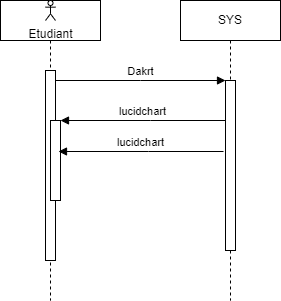
Before: demandeAttestation.drawio.png, a diagram exported from draw.io (elm-dak/uml-gestion-scolaire). Source tidied: cells renumbered, new cells last; positions are measured from the earlier drawing's top-left corner, leaving out a move shared by most shapes.
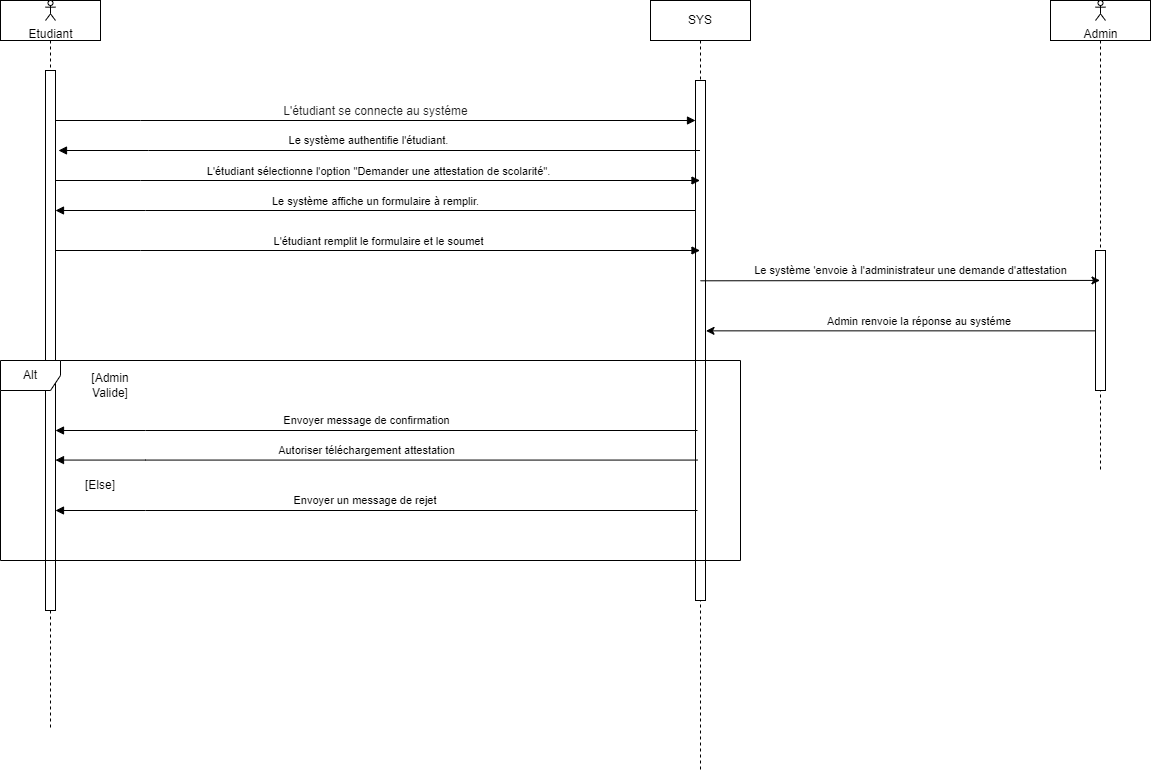
After the change.

Commit message:
Mettre à jour1 demandeAttestation.drawio.png

The edit, as a diff of the source:
```diff
@@ -3,45 +3,146 @@
     <mxCell id="0" />
     <mxCell id="1" parent="0" />
     <mxCell id="2" style="shape=umlLifeline;perimeter=lifelinePerimeter;whiteSpace=wrap;html=1;newEdgeStyle={&quot;edgeStyle&quot;:&quot;elbowEdgeStyle&quot;,&quot;elbow&quot;:&quot;vertical&quot;,&quot;curved&quot;:0,&quot;rounded&quot;:0};" parent="1" vertex="1">
-      <mxGeometry width="100" height="300" as="geometry" />
+      <mxGeometry width="100" height="730" as="geometry" />
     </mxCell>
     <mxCell id="3" style="html=1;points=[];perimeter=orthogonalPerimeter;outlineConnect=0;targetShapes=umlLifeline;portConstraint=eastwest;newEdgeStyle={&quot;edgeStyle&quot;:&quot;elbowEdgeStyle&quot;,&quot;elbow&quot;:&quot;vertical&quot;,&quot;curved&quot;:0,&quot;rounded&quot;:0};" parent="2" vertex="1">
-      <mxGeometry x="45" y="70" width="10" height="190" as="geometry" />
+      <mxGeometry x="45" y="70" width="10" height="540" as="geometry" />
     </mxCell>
-    <mxCell id="4" style="html=1;points=[];perimeter=orthogonalPerimeter;outlineConnect=0;targetShapes=umlLifeline;portConstraint=eastwest;newEdgeStyle={&quot;edgeStyle&quot;:&quot;elbowEdgeStyle&quot;,&quot;elbow&quot;:&quot;vertical&quot;,&quot;curved&quot;:0,&quot;rounded&quot;:0};" parent="2" vertex="1">
-      <mxGeometry x="50" y="120" width="10" height="80" as="geometry" />
-    </mxCell>
     <mxCell id="5" value="SYS" style="shape=umlLifeline;perimeter=lifelinePerimeter;whiteSpace=wrap;html=1;outlineConnect=0;portConstraint=eastwest;newEdgeStyle={&quot;edgeStyle&quot;:&quot;elbowEdgeStyle&quot;,&quot;elbow&quot;:&quot;vertical&quot;,&quot;curved&quot;:0,&quot;rounded&quot;:0};" parent="1" vertex="1">
-      <mxGeometry x="180" width="100" height="300" as="geometry" />
+      <mxGeometry x="650" width="100" height="770" as="geometry" />
     </mxCell>
     <mxCell id="6" style="html=1;points=[];perimeter=orthogonalPerimeter;outlineConnect=0;targetShapes=umlLifeline;portConstraint=eastwest;newEdgeStyle={&quot;edgeStyle&quot;:&quot;elbowEdgeStyle&quot;,&quot;elbow&quot;:&quot;vertical&quot;,&quot;curved&quot;:0,&quot;rounded&quot;:0};" parent="5" vertex="1">
-      <mxGeometry x="45" y="80" width="10" height="170" as="geometry" />
+      <mxGeometry x="45" y="80" width="10" height="520" as="geometry" />
     </mxCell>
-    <mxCell id="7" value="Dakrt" style="html=1;verticalAlign=bottom;endArrow=block;edgeStyle=elbowEdgeStyle;elbow=vertical;curved=0;rounded=0;" parent="1" edge="1" source="3" target="6">
+    <mxCell id="7" value="&lt;div style=&quot;text-align: left;&quot;&gt;&lt;font style=&quot;font-size: 12px;&quot; face=&quot;Google Sans, Helvetica Neue, sans-serif&quot; color=&quot;#1f1f1f&quot;&gt;L'étudiant se connecte au systéme&lt;/font&gt;&lt;/div&gt;" style="html=1;verticalAlign=bottom;endArrow=block;edgeStyle=elbowEdgeStyle;elbow=horizontal;curved=0;rounded=0;" parent="1" edge="1" source="3" target="6">
       <mxGeometry relative="1" as="geometry">
         <Array as="points">
-          <mxPoint x="140" y="80" />
+          <mxPoint x="140" y="120" />
         </Array>
       </mxGeometry>
     </mxCell>
-    <mxCell id="8" value="lucidchart" style="html=1;verticalAlign=bottom;endArrow=block;edgeStyle=elbowEdgeStyle;elbow=vertical;curved=0;rounded=0;" parent="1" edge="1" source="6" target="4">
-      <mxGeometry relative="1" as="geometry">
-        <Array as="points">
-          <mxPoint x="150" y="120" />
-        </Array>
-      </mxGeometry>
-    </mxCell>
     <mxCell id="9" value="Etudiant" style="shape=umlActor;verticalLabelPosition=bottom;verticalAlign=top;html=1;" parent="1" vertex="1">
       <mxGeometry x="45" width="10" height="20" as="geometry" />
     </mxCell>
-    <mxCell id="10" value="lucidchart" style="html=1;verticalAlign=bottom;endArrow=block;edgeStyle=elbowEdgeStyle;elbow=vertical;curved=0;rounded=0;" parent="1" edge="1">
+    <mxCell id="10" style="html=1;verticalAlign=bottom;endArrow=block;edgeStyle=elbowEdgeStyle;elbow=vertical;curved=0;rounded=0;" parent="1" edge="1" source="5">
       <mxGeometry relative="1" as="geometry">
-        <mxPoint x="223" y="151" as="sourcePoint" />
-        <mxPoint x="58" y="151" as="targetPoint" />
+        <mxPoint x="58" y="150" as="targetPoint" />
         <Array as="points">
-          <mxPoint x="148" y="151" />
+          <mxPoint x="148" y="150" />
         </Array>
       </mxGeometry>
     </mxCell>
+    <mxCell id="11" value="Le système authentifie l'étudiant." style="edgeLabel;html=1;align=center;verticalAlign=middle;" parent="10" vertex="1">
+      <mxGeometry x="0.04" y="4" relative="1" as="geometry">
+        <mxPoint x="2" y="-14" as="offset" />
+      </mxGeometry>
+    </mxCell>
+    <mxCell id="12" value="L'étudiant sélectionne l'option &quot;Demander une attestation de scolarité&quot;." style="html=1;verticalAlign=bottom;endArrow=block;edgeStyle=elbowEdgeStyle;elbow=horizontal;curved=0;rounded=0;" parent="1" edge="1" target="5">
+      <mxGeometry relative="1" as="geometry">
+        <mxPoint x="55" y="180" as="sourcePoint" />
+        <Array as="points">
+          <mxPoint x="140" y="180" />
+        </Array>
+      </mxGeometry>
+    </mxCell>
+    <mxCell id="13" value="Le système affiche un formulaire à remplir." style="html=1;verticalAlign=bottom;endArrow=block;edgeStyle=elbowEdgeStyle;elbow=vertical;curved=0;rounded=0;" parent="1" edge="1">
+      <mxGeometry relative="1" as="geometry">
+        <mxPoint x="694.5" y="210" as="sourcePoint" />
+        <mxPoint x="55" y="210" as="targetPoint" />
+        <Array as="points">
+          <mxPoint x="145" y="210" />
+        </Array>
+      </mxGeometry>
+    </mxCell>
+    <mxCell id="14" value="L'étudiant remplit le formulaire et le soumet" style="html=1;verticalAlign=bottom;endArrow=block;edgeStyle=elbowEdgeStyle;elbow=vertical;curved=0;rounded=0;" parent="1" edge="1">
+      <mxGeometry relative="1" as="geometry">
+        <mxPoint x="55" y="250" as="sourcePoint" />
+        <mxPoint x="699.5" y="250" as="targetPoint" />
+        <Array as="points">
+          <mxPoint x="140" y="250" />
+        </Array>
+      </mxGeometry>
+    </mxCell>
+    <mxCell id="15" style="shape=umlLifeline;perimeter=lifelinePerimeter;whiteSpace=wrap;html=1;outlineConnect=0;portConstraint=eastwest;newEdgeStyle={&quot;edgeStyle&quot;:&quot;elbowEdgeStyle&quot;,&quot;elbow&quot;:&quot;vertical&quot;,&quot;curved&quot;:0,&quot;rounded&quot;:0};" parent="1" vertex="1">
+      <mxGeometry x="1050" width="100" height="470" as="geometry" />
+    </mxCell>
+    <mxCell id="16" style="html=1;perimeter=orthogonalPerimeter;targetShapes=umlLifeline;newEdgeStyle={&quot;edgeStyle&quot;:&quot;elbowEdgeStyle&quot;,&quot;elbow&quot;:&quot;vertical&quot;,&quot;curved&quot;:0,&quot;rounded&quot;:0};" parent="15" vertex="1">
+      <mxGeometry x="45" y="250" width="10" height="140" as="geometry" />
+    </mxCell>
+    <mxCell id="17" value="Admin" style="shape=umlActor;verticalLabelPosition=bottom;verticalAlign=top;html=1;" parent="1" vertex="1">
+      <mxGeometry x="1095" width="10" height="20" as="geometry" />
+    </mxCell>
+    <mxCell id="18" style="edgeStyle=elbowEdgeStyle;rounded=0;orthogonalLoop=1;jettySize=auto;html=1;elbow=vertical;curved=0;" parent="1" edge="1">
+      <mxGeometry relative="1" as="geometry">
+        <mxPoint x="1095" y="330.4" as="sourcePoint" />
+        <mxPoint x="705.5" y="330" as="targetPoint" />
+      </mxGeometry>
+    </mxCell>
+    <mxCell id="19" value="Admin renvoie la réponse au systéme&amp;nbsp;" style="edgeLabel;html=1;align=center;verticalAlign=middle;" parent="18" vertex="1">
+      <mxGeometry x="-0.09" y="2" relative="1" as="geometry">
+        <mxPoint x="3" y="-12" as="offset" />
+      </mxGeometry>
+    </mxCell>
+    <mxCell id="20" style="edgeStyle=elbowEdgeStyle;rounded=0;jettySize=auto;html=1;elbow=vertical;curved=0;" parent="1" edge="1" target="15">
+      <mxGeometry relative="1" as="geometry">
+        <mxPoint x="700" y="280.3" as="sourcePoint" />
+      </mxGeometry>
+    </mxCell>
+    <mxCell id="21" value="Le système 'envoie à l'administrateur une demande d'attestation" style="edgeLabel;html=1;align=center;verticalAlign=middle;" parent="20" vertex="1">
+      <mxGeometry x="0.06" y="1" relative="1" as="geometry">
+        <mxPoint x="-3" y="-9" as="offset" />
+      </mxGeometry>
+    </mxCell>
+    <mxCell id="22" value="Alt" style="shape=umlFrame;whiteSpace=wrap;html=1;" parent="1" vertex="1">
+      <mxGeometry y="360" width="740" height="200" as="geometry" />
+    </mxCell>
+    <mxCell id="23" value="[Admin Valide]" style="text;html=1;strokeColor=none;fillColor=none;align=center;verticalAlign=middle;whiteSpace=wrap;rounded=0;" parent="1" vertex="1">
+      <mxGeometry x="80" y="370" width="60" height="30" as="geometry" />
+    </mxCell>
+    <mxCell id="24" style="html=1;verticalAlign=bottom;endArrow=block;edgeStyle=elbowEdgeStyle;elbow=vertical;curved=0;rounded=0;" parent="1" edge="1">
+      <mxGeometry relative="1" as="geometry">
+        <mxPoint x="697" y="430" as="sourcePoint" />
+        <mxPoint x="55" y="430" as="targetPoint" />
+        <Array as="points">
+          <mxPoint x="145" y="430" />
+        </Array>
+      </mxGeometry>
+    </mxCell>
+    <mxCell id="25" value=" Envoyer message de confirmation" style="edgeLabel;html=1;align=center;verticalAlign=middle;" parent="24" vertex="1">
+      <mxGeometry x="0.04" y="4" relative="1" as="geometry">
+        <mxPoint x="2" y="-14" as="offset" />
+      </mxGeometry>
+    </mxCell>
+    <mxCell id="26" style="html=1;verticalAlign=bottom;endArrow=block;edgeStyle=elbowEdgeStyle;elbow=vertical;curved=0;rounded=0;" parent="1" edge="1">
+      <mxGeometry relative="1" as="geometry">
+        <mxPoint x="697" y="459.6" as="sourcePoint" />
+        <mxPoint x="55" y="459.6" as="targetPoint" />
+        <Array as="points">
+          <mxPoint x="145" y="459.6" />
+        </Array>
+      </mxGeometry>
+    </mxCell>
+    <mxCell id="27" value="Autoriser téléchargement attestation" style="edgeLabel;html=1;align=center;verticalAlign=middle;" parent="26" vertex="1">
+      <mxGeometry x="0.04" y="4" relative="1" as="geometry">
+        <mxPoint x="2" y="-14" as="offset" />
+      </mxGeometry>
+    </mxCell>
+    <mxCell id="28" value="[Else]" style="text;html=1;strokeColor=none;fillColor=none;align=center;verticalAlign=middle;whiteSpace=wrap;rounded=0;" parent="1" vertex="1">
+      <mxGeometry x="70" y="470" width="60" height="30" as="geometry" />
+    </mxCell>
+    <mxCell id="29" style="html=1;verticalAlign=bottom;endArrow=block;edgeStyle=elbowEdgeStyle;elbow=vertical;curved=0;rounded=0;" parent="1" edge="1">
+      <mxGeometry relative="1" as="geometry">
+        <mxPoint x="697" y="510" as="sourcePoint" />
+        <mxPoint x="55" y="510" as="targetPoint" />
+        <Array as="points">
+          <mxPoint x="145" y="510" />
+        </Array>
+      </mxGeometry>
+    </mxCell>
+    <mxCell id="30" value="Envoyer un message de rejet&amp;nbsp;" style="edgeLabel;html=1;align=center;verticalAlign=middle;" parent="29" vertex="1">
+      <mxGeometry x="0.04" y="4" relative="1" as="geometry">
+        <mxPoint x="2" y="-14" as="offset" />
+      </mxGeometry>
+    </mxCell>
   </root>
 </mxGraphModel>
```
